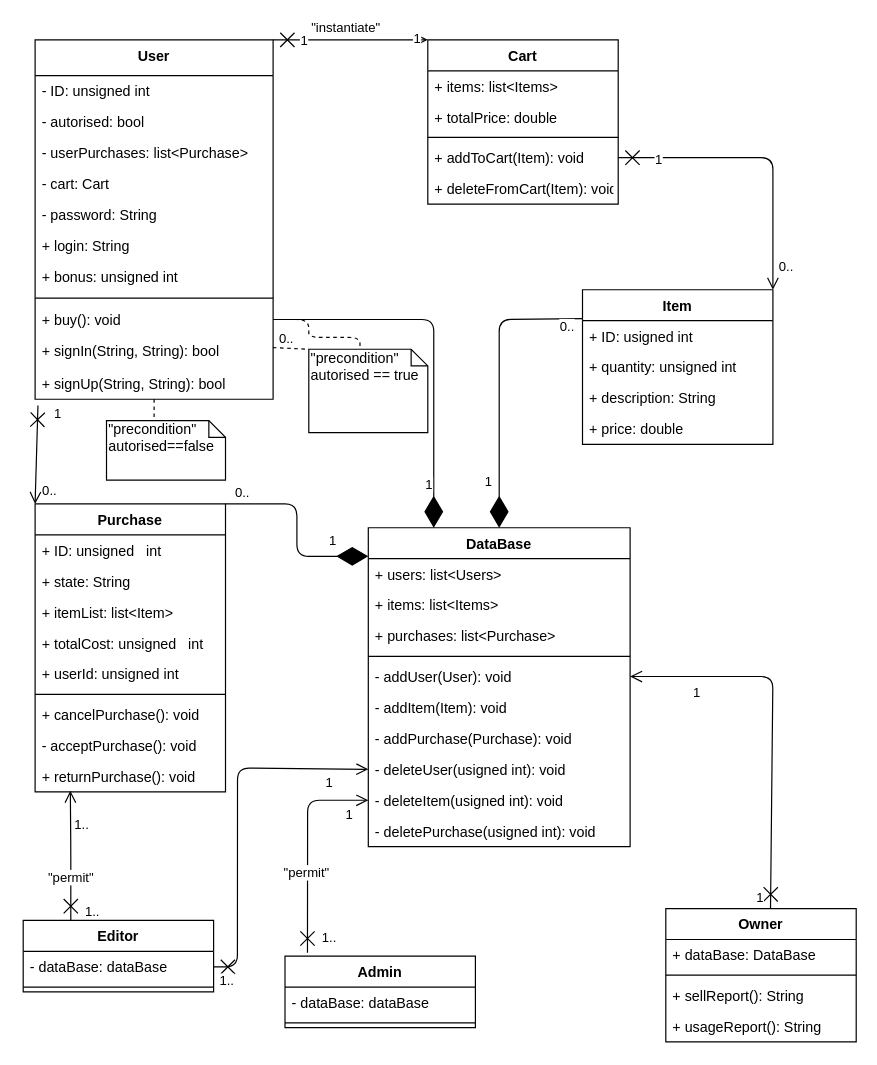
Above: Схемы/UML/draw.io/class.drawio in Derzhavin/SDaAoSS (draw.io), before the change. Source tidied: cells renumbered, new cells numbered last; positions are measured from the earlier drawing's top-left corner, leaving out a move shared by most shapes. Both pictures are drawn from the tidied source at 119%, with x=0, y=0 at pixel (23, 39).
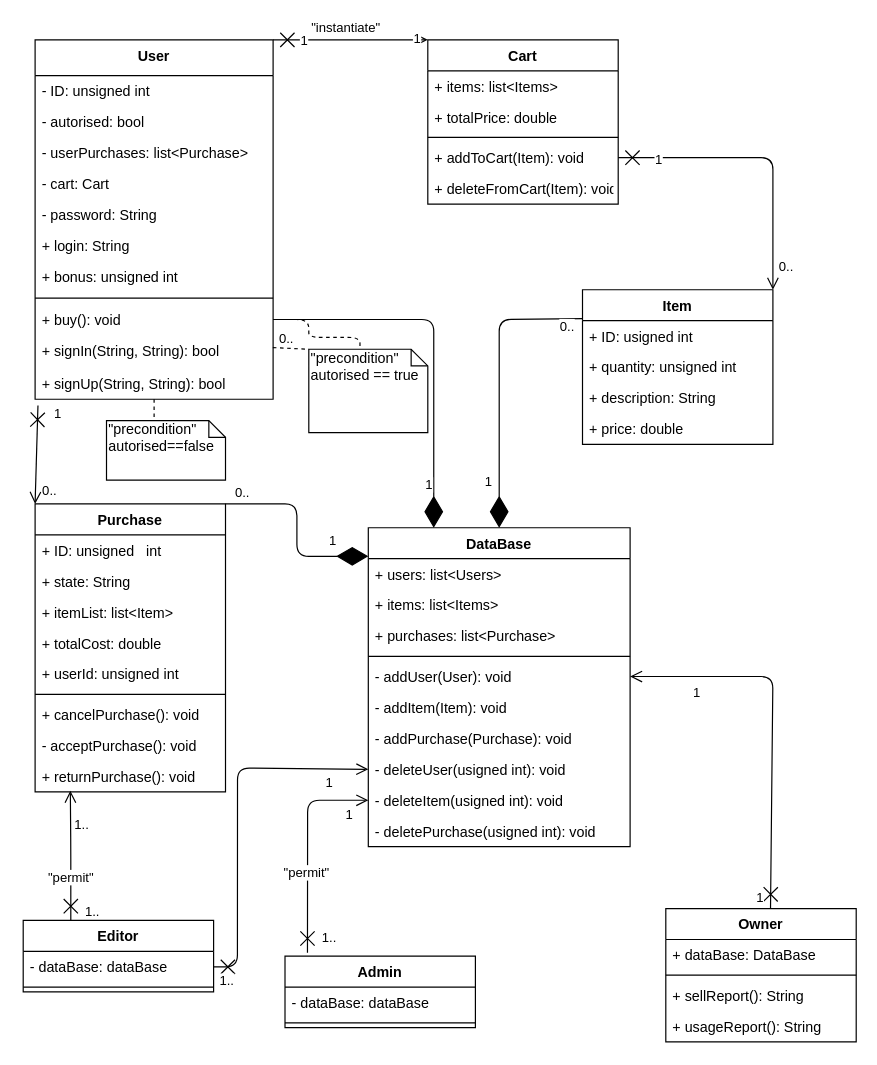
After the change.

Unchanged cells that the change refers to:
```xml
<mxCell id="24" value="Purchase" style="swimlane;fontStyle=1;align=center;verticalAlign=top;horizontal=1;startSize=26;" parent="1" vertex="1">
  <mxGeometry x="10" y="390" width="160" height="242" as="geometry" />
</mxCell>
```

Diff of the diagram source:
```diff
@@
-    <mxCell id="28" value="+ totalCost: unsigned   int" style="text;strokeColor=none;fillColor=none;align=left;verticalAlign=top;spacingLeft=4;spacingRight=4;overflow=hidden;" parent="24" vertex="1">
+    <mxCell id="28" value="+ totalCost: double&#10;" style="text;strokeColor=none;fillColor=none;align=left;verticalAlign=top;spacingLeft=4;spacingRight=4;overflow=hidden;" parent="24" vertex="1">
       <mxGeometry y="104" width="160" height="26" as="geometry" />
     </mxCell>
```
